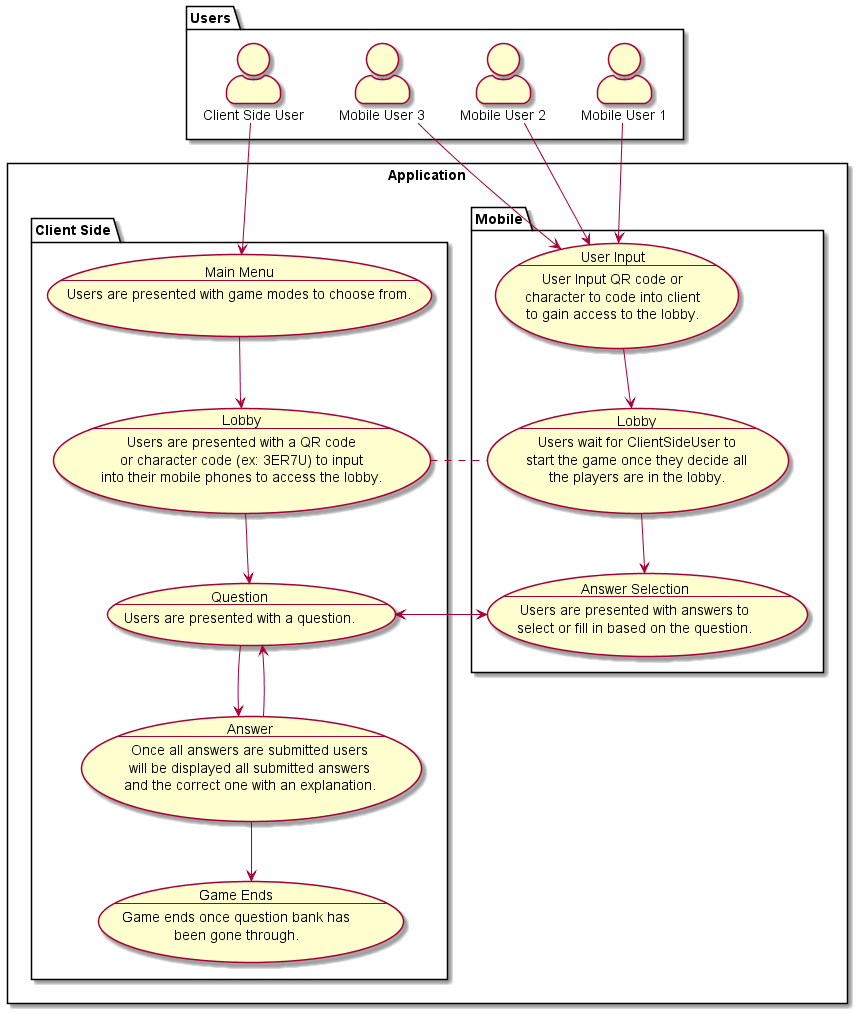
This is images/UseCase.png from RookTKO/devPatchNotes, a PlantUML export, as it was before one commit. Its diagram source:
```plantuml
@startuml
skinparam actorStyle awesome
package Users {
    actor "Client Side User" as ClientSideUser
    actor "Mobile User 1" as MobileUser1
    actor "Mobile User 2" as MobileUser2
    actor "Mobile User 3" as MobileUser3
}



rectangle Application {
    package "Client Side" {
    usecase MainMenu as "Main Menu
    --
    Users are presented with game modes to choose from."
    usecase LobbyCS as "Lobby
    --
    Users are presented with a QR code
    or character code (ex: 3ER7U) to input
    into their mobile phones to access the lobby."
    usecase Question as "Question
    --
    Users are presented with a question."
    usecase Answer as "Answer
    --
    Once all answers are submitted users
    will be displayed all submitted answers
    and the correct one with an explanation."
    usecase End as "Game Ends
    --
    Game ends once question bank has
    been gone through."
    }

    package "Mobile" {
    usecase UserInput as "User Input
    --
    User Input QR code or
    character to code into client
    to gain access to the lobby."
    usecase LobbyM as "Lobby
    --
    Users wait for ClientSideUser to
    start the game once they decide all
    the players are in the lobby."
    usecase SelectAnswers as "Answer Selection
    --
    Users are presented with answers to
    select or fill in based on the question."
    }
}
ClientSideUser -->  MainMenu
MainMenu --> LobbyCS
LobbyCS --> Question
Question --> Answer
Question --> SelectAnswers
Answer --> Question
Answer --> End

LobbyCS . LobbyM

MobileUser1 -> UserInput
MobileUser2 -> UserInput
MobileUser3 -> UserInput
UserInput --> LobbyM
LobbyM --> SelectAnswers
SelectAnswers --> Question


@enduml
```
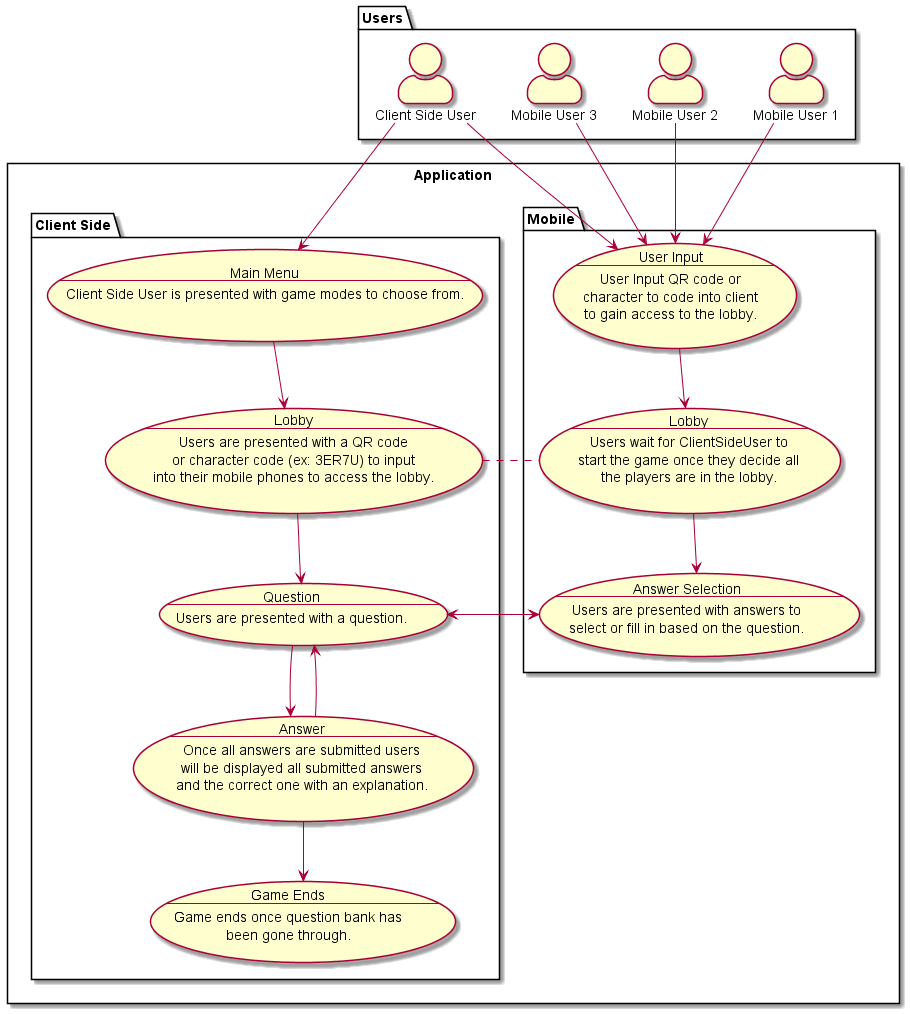
After the change.

Change to the diagram source:
```diff
@@ -13,7 +13,7 @@
     package "Client Side" {
     usecase MainMenu as "Main Menu
     --
-    Users are presented with game modes to choose from."
+    Client Side User is presented with game modes to choose from."
     usecase LobbyCS as "Lobby
     --
     Users are presented with a QR code
@@ -63,6 +63,7 @@
 MobileUser1 -> UserInput
 MobileUser2 -> UserInput
 MobileUser3 -> UserInput
+ClientSideUser -> UserInput
 UserInput --> LobbyM
 LobbyM --> SelectAnswers
 SelectAnswers --> Question
```
